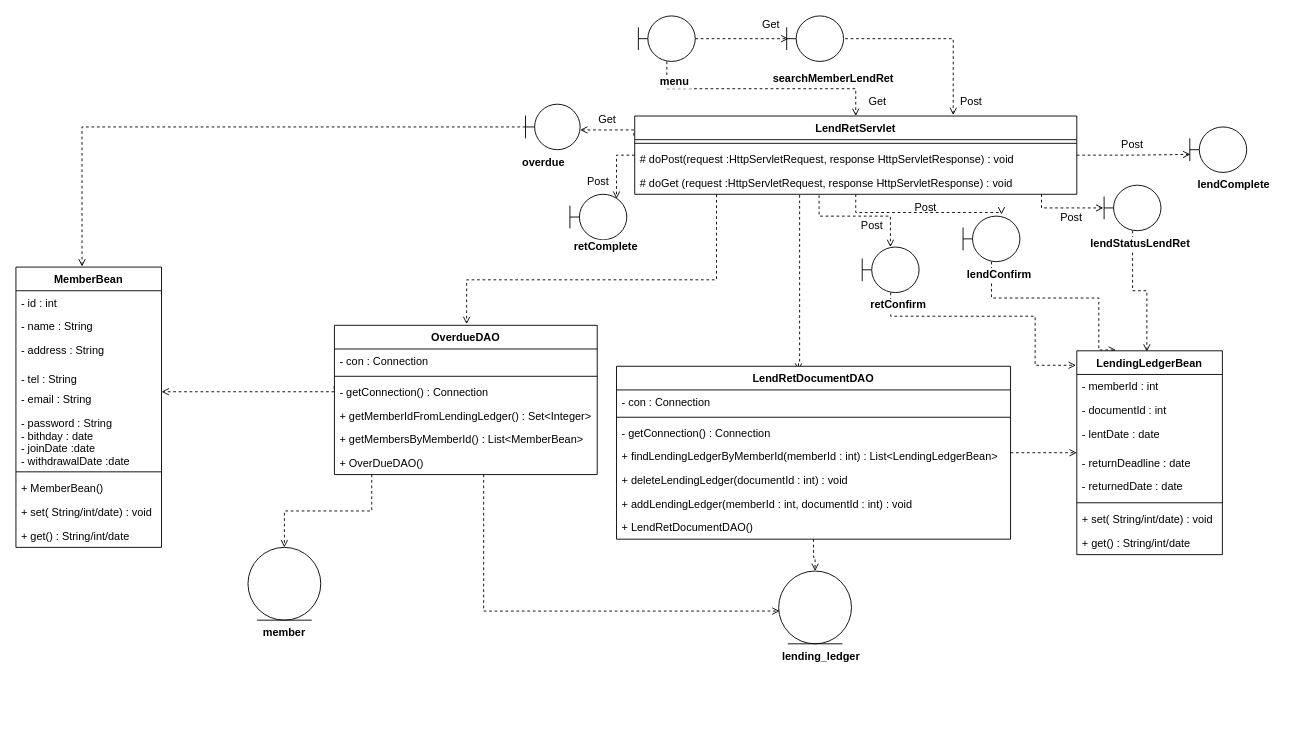
Above: 開発演習ドキュメント/図書管理システム/成果物テンプレート/30_内部設計/クラス図/貸出返却.drawio in LovesPython/LibraryManagementSystem (draw.io), before the change. Source tidied: cells renumbered, new cells numbered last; positions are measured from the earlier drawing's top-left corner, leaving out a move shared by most shapes. Both pictures are drawn from the tidied source at 91%, with x=0, y=0 at pixel (15, 15).
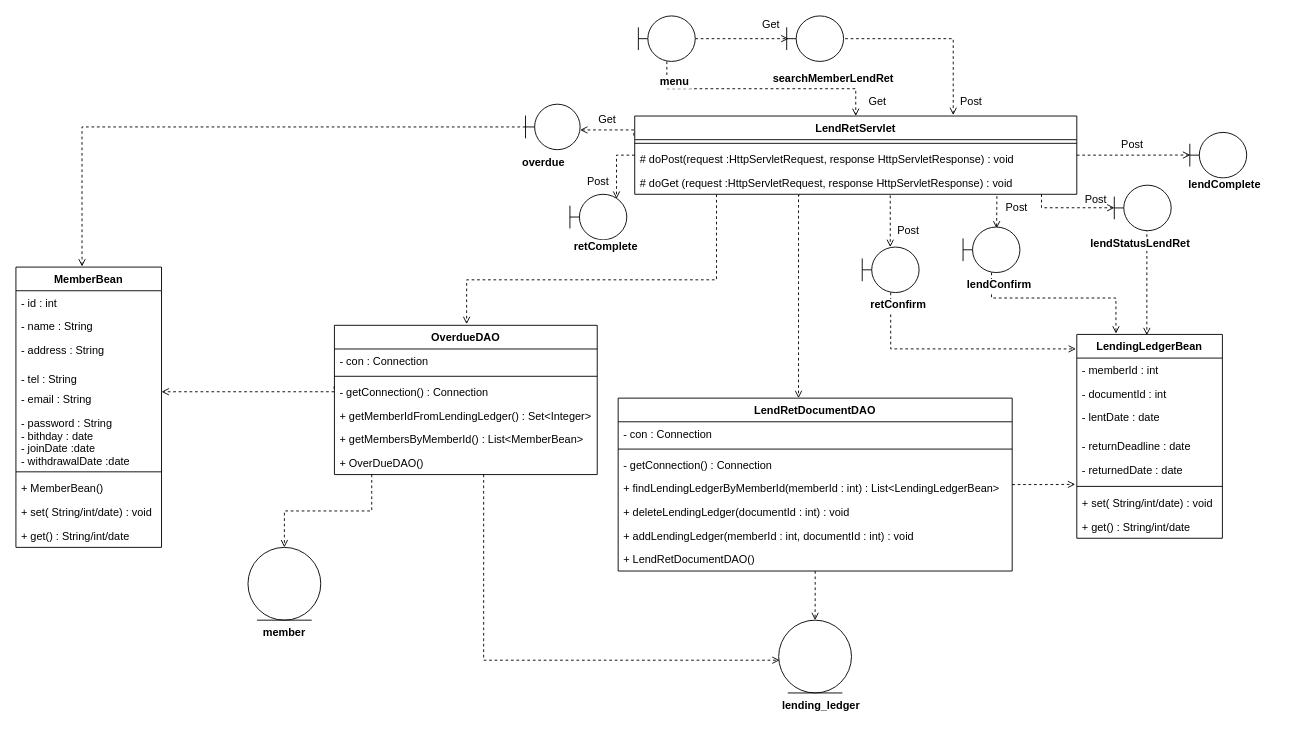
After the change.

Commit message:
クラス図貸出返却少し修正

The change refers to these unchanged cells:
```xml
<mxCell id="10" value="LendRetServlet" style="swimlane;fontStyle=1;align=center;verticalAlign=top;horizontal=1;startSize=26;labelBackgroundColor=#ffffff;" parent="1" vertex="1">
  <mxGeometry x="680" y="110" width="485.8" height="86" as="geometry" />
</mxCell>
<mxCell id="13" value="# doGet (request :HttpServletRequest, response HttpServletResponse) : void" style="text;strokeColor=none;fillColor=none;align=left;verticalAlign=top;spacingLeft=4;spacingRight=4;overflow=hidden;points=[[0,0.5],[1,0.5]];portConstraint=eastwest;" parent="10" vertex="1">
  <mxGeometry y="60" width="485.8" height="26" as="geometry" />
</mxCell>
<mxCell id="42" style="shape=umlBoundary;whiteSpace=wrap;html=1;labelBackgroundColor=#ffffff;" parent="1" vertex="1">
  <mxGeometry x="930" y="254" width="62.5" height="50" as="geometry" />
</mxCell>
<mxCell id="50" value="- returnDeadline : date" style="text;strokeColor=none;fillColor=none;align=left;verticalAlign=top;spacingLeft=4;spacingRight=4;overflow=hidden;points=[[0,0.5],[1,0.5]];portConstraint=eastwest;" parent="46" vertex="1">
  <mxGeometry y="110" width="160" height="26" as="geometry" />
</mxCell>
<mxCell id="51" value="- returnedDate : date" style="text;strokeColor=none;fillColor=none;align=left;verticalAlign=top;spacingLeft=4;spacingRight=4;overflow=hidden;points=[[0,0.5],[1,0.5]];portConstraint=eastwest;" parent="46" vertex="1">
  <mxGeometry y="136" width="160" height="26" as="geometry" />
</mxCell>
<mxCell id="63" value="OverdueDAO" style="swimlane;fontStyle=1;align=center;verticalAlign=top;horizontal=1;startSize=26;labelBackgroundColor=#ffffff;" parent="1" vertex="1">
  <mxGeometry x="350" y="340" width="288.8" height="164" as="geometry" />
</mxCell>
```

What changed in the source:
```diff
@@
     <mxCell id="2" style="edgeStyle=orthogonalEdgeStyle;rounded=0;jettySize=auto;html=1;dashed=1;endArrow=open;endFill=0;exitX=0.373;exitY=1.033;exitDx=0;exitDy=0;exitPerimeter=0;" parent="1" edge="1" source="13">
       <mxGeometry relative="1" as="geometry">
-        <mxPoint x="860" y="390" as="targetPoint" />
+        <mxPoint x="860" y="420" as="targetPoint" />
         <Array as="points">
-          <mxPoint x="861" y="382" />
+          <mxPoint x="860" y="197" />
+          <mxPoint x="860" y="400" />
         </Array>
       </mxGeometry>
     </mxCell>
-    <mxCell id="3" style="edgeStyle=orthogonalEdgeStyle;rounded=0;jettySize=auto;html=1;dashed=1;endArrow=open;endFill=0;" parent="1" edge="1" source="13">
+    <mxCell id="3" style="edgeStyle=orthogonalEdgeStyle;rounded=0;jettySize=auto;html=1;dashed=1;endArrow=open;endFill=0;entryX=0.003;entryY=0.496;entryDx=0;entryDy=0;entryPerimeter=0;" parent="1" edge="1" source="13" target="29">
       <mxGeometry relative="1" as="geometry">
-        <mxPoint x="1195" y="211" as="targetPoint" />
         <Array as="points">
           <mxPoint x="1127" y="211" />
-          <mxPoint x="1195" y="211" />
+          <mxPoint x="1207" y="211" />
         </Array>
       </mxGeometry>
     </mxCell>
-    <mxCell id="4" style="edgeStyle=orthogonalEdgeStyle;rounded=0;jettySize=auto;html=1;entryX=0.675;entryY=-0.036;entryDx=0;entryDy=0;entryPerimeter=0;dashed=1;endArrow=open;endFill=0;" parent="1" edge="1" source="10" target="39">
-      <mxGeometry relative="1" as="geometry" />
+    <mxCell id="4" style="edgeStyle=orthogonalEdgeStyle;rounded=0;jettySize=auto;html=1;entryX=0.59;entryY=0.032;entryDx=0;entryDy=0;entryPerimeter=0;dashed=1;endArrow=open;endFill=0;" parent="1" edge="1" target="39">
+      <mxGeometry relative="1" as="geometry">
+        <mxPoint x="1078" y="198" as="sourcePoint" />
+      </mxGeometry>
     </mxCell>
@@
-    <mxCell id="6" style="edgeStyle=orthogonalEdgeStyle;rounded=0;jettySize=auto;html=1;exitX=1;exitY=0.5;exitDx=0;exitDy=0;dashed=1;endArrow=open;endFill=0;entryX=0.009;entryY=0.603;entryDx=0;entryDy=0;entryPerimeter=0;" parent="1" edge="1" source="10" target="44">
+    <mxCell id="6" style="edgeStyle=orthogonalEdgeStyle;rounded=0;jettySize=auto;html=1;exitX=1;exitY=0.5;exitDx=0;exitDy=0;dashed=1;endArrow=open;endFill=0;entryX=0.008;entryY=0.497;entryDx=0;entryDy=0;entryPerimeter=0;" parent="1" edge="1" source="10" target="44">
       <mxGeometry relative="1" as="geometry" />
     </mxCell>
-    <mxCell id="7" style="edgeStyle=orthogonalEdgeStyle;rounded=0;jettySize=auto;html=1;dashed=1;endArrow=open;endFill=0;exitX=0.417;exitY=1.044;exitDx=0;exitDy=0;exitPerimeter=0;" parent="1" edge="1" source="13" target="42">
+    <mxCell id="7" style="edgeStyle=orthogonalEdgeStyle;rounded=0;jettySize=auto;html=1;dashed=1;endArrow=open;endFill=0;exitX=0.578;exitY=1.046;exitDx=0;exitDy=0;exitPerimeter=0;" parent="1" edge="1" source="13" target="42">
       <mxGeometry relative="1" as="geometry">
         <Array as="points">
-          <mxPoint x="883" y="220" />
-          <mxPoint x="961" y="220" />
+          <mxPoint x="961" y="210" />
+          <mxPoint x="961" y="210" />
         </Array>
       </mxGeometry>
     </mxCell>
@@
-    <mxCell id="16" style="edgeStyle=orthogonalEdgeStyle;rounded=0;jettySize=auto;html=1;entryX=0;entryY=0.077;entryDx=0;entryDy=0;entryPerimeter=0;dashed=1;endArrow=open;endFill=0;" parent="1" edge="1" source="18" target="50">
+    <mxCell id="16" style="edgeStyle=orthogonalEdgeStyle;rounded=0;jettySize=auto;html=1;entryX=-0.011;entryY=1.106;entryDx=0;entryDy=0;entryPerimeter=0;dashed=1;endArrow=open;endFill=0;" parent="1" edge="1" source="18" target="51">
       <mxGeometry relative="1" as="geometry" />
     </mxCell>
@@
     <mxCell id="18" value="LendRetDocumentDAO" style="swimlane;fontStyle=1;align=center;verticalAlign=top;horizontal=1;startSize=26;labelBackgroundColor=#ffffff;" parent="1" vertex="1">
-      <mxGeometry x="660" y="385" width="433" height="190" as="geometry" />
+      <mxGeometry x="661.8" y="420" width="433" height="190" as="geometry" />
     </mxCell>
@@
     <mxCell id="26" style="ellipse;shape=umlEntity;whiteSpace=wrap;html=1;labelBackgroundColor=#ffffff;" parent="1" vertex="1">
-      <mxGeometry x="838.2" y="610" width="80" height="80" as="geometry" />
+      <mxGeometry x="838.2" y="664" width="80" height="80" as="geometry" />
     </mxCell>
@@
-    <mxCell id="28" style="edgeStyle=orthogonalEdgeStyle;rounded=0;jettySize=auto;html=1;entryX=0.481;entryY=0.004;entryDx=0;entryDy=0;entryPerimeter=0;dashed=1;endArrow=open;endFill=0;" parent="1" edge="1" source="29" target="46">
-      <mxGeometry relative="1" as="geometry" />
+    <mxCell id="28" style="edgeStyle=orthogonalEdgeStyle;rounded=0;jettySize=auto;html=1;entryX=0.481;entryY=0.004;entryDx=0;entryDy=0;entryPerimeter=0;dashed=1;endArrow=open;endFill=0;exitX=0.572;exitY=1.003;exitDx=0;exitDy=0;exitPerimeter=0;" parent="1" edge="1" source="29" target="46">
+      <mxGeometry relative="1" as="geometry">
+        <Array as="points">
+          <mxPoint x="1243" y="235" />
+          <mxPoint x="1243" y="235" />
+        </Array>
+      </mxGeometry>
     </mxCell>
     <mxCell id="29" style="shape=umlBoundary;whiteSpace=wrap;html=1;labelBackgroundColor=#ffffff;" parent="1" vertex="1">
-      <mxGeometry x="1195.8" y="186" width="62.5" height="50" as="geometry" />
+      <mxGeometry x="1207" y="186" width="62.5" height="50" as="geometry" />
     </mxCell>
@@
     <mxCell id="31" value="lending_ledger" style="text;align=center;fontStyle=1;verticalAlign=middle;spacingLeft=3;spacingRight=3;strokeColor=none;labelBackgroundColor=#ffffff;" parent="1" vertex="1">
-      <mxGeometry x="830" y="690" width="110" height="26" as="geometry" />
+      <mxGeometry x="830" y="744" width="110" height="26" as="geometry" />
     </mxCell>
@@
     <mxCell id="38" style="edgeStyle=orthogonalEdgeStyle;rounded=0;jettySize=auto;html=1;entryX=0.269;entryY=-0.004;entryDx=0;entryDy=0;entryPerimeter=0;dashed=1;endArrow=open;endFill=0;" parent="1" edge="1" source="39" target="46">
       <mxGeometry relative="1" as="geometry">
         <Array as="points">
           <mxPoint x="1072" y="310" />
-          <mxPoint x="1190" y="310" />
+          <mxPoint x="1209" y="310" />
         </Array>
       </mxGeometry>
     </mxCell>
     <mxCell id="39" style="shape=umlBoundary;whiteSpace=wrap;html=1;labelBackgroundColor=#ffffff;" parent="1" vertex="1">
-      <mxGeometry x="1040.8" y="220" width="62.5" height="50" as="geometry" />
+      <mxGeometry x="1040.8" y="232" width="62.5" height="50" as="geometry" />
     </mxCell>
     <mxCell id="40" value="lendConfirm" style="text;align=center;fontStyle=1;verticalAlign=middle;spacingLeft=3;spacingRight=3;strokeColor=none;labelBackgroundColor=#ffffff;" parent="1" vertex="1">
-      <mxGeometry x="995.8" y="270" width="170" height="26" as="geometry" />
+      <mxGeometry x="995.8" y="282" width="170" height="26" as="geometry" />
     </mxCell>
     <mxCell id="41" style="edgeStyle=orthogonalEdgeStyle;rounded=0;jettySize=auto;html=1;entryX=-0.006;entryY=0.071;entryDx=0;entryDy=0;entryPerimeter=0;dashed=1;endArrow=open;endFill=0;" parent="1" edge="1" source="42" target="46">
       <mxGeometry relative="1" as="geometry">
         <Array as="points">
-          <mxPoint x="961" y="330" />
-          <mxPoint x="1120" y="330" />
-          <mxPoint x="1120" y="384" />
+          <mxPoint x="961" y="366" />
         </Array>
       </mxGeometry>
     </mxCell>
@@
     <mxCell id="44" style="shape=umlBoundary;whiteSpace=wrap;html=1;labelBackgroundColor=#ffffff;" parent="1" vertex="1">
-      <mxGeometry x="1290" y="122" width="62.5" height="50" as="geometry" />
+      <mxGeometry x="1290" y="128" width="62.5" height="50" as="geometry" />
     </mxCell>
     <mxCell id="45" value="lendComplete" style="text;align=center;fontStyle=1;verticalAlign=middle;spacingLeft=3;spacingRight=3;strokeColor=none;labelBackgroundColor=#ffffff;" parent="1" vertex="1">
-      <mxGeometry x="1290" y="172" width="97" height="26" as="geometry" />
+      <mxGeometry x="1280" y="172" width="97" height="26" as="geometry" />
     </mxCell>
     <mxCell id="46" value="LendingLedgerBean" style="swimlane;fontStyle=1;align=center;verticalAlign=top;horizontal=1;startSize=26;labelBackgroundColor=#ffffff;" parent="1" vertex="1">
-      <mxGeometry x="1165.8" y="368" width="160" height="224" as="geometry" />
+      <mxGeometry x="1165.8" y="350" width="160" height="224" as="geometry" />
     </mxCell>
@@
     <mxCell id="60" style="edgeStyle=orthogonalEdgeStyle;rounded=0;jettySize=auto;html=1;entryX=0.013;entryY=0.55;entryDx=0;entryDy=0;entryPerimeter=0;dashed=1;endArrow=open;endFill=0;" parent="1" edge="1" source="63" target="26">
       <mxGeometry relative="1" as="geometry">
         <Array as="points">
-          <mxPoint x="514" y="654" />
+          <mxPoint x="514" y="708" />
         </Array>
       </mxGeometry>
     </mxCell>
@@
     <mxCell id="84" value="Post" style="text;html=1;strokeColor=none;fillColor=none;align=center;verticalAlign=middle;whiteSpace=wrap;rounded=0;" parent="1" vertex="1">
-      <mxGeometry x="1140" y="212" width="40" height="20" as="geometry" />
+      <mxGeometry x="1167" y="192" width="40" height="20" as="geometry" />
     </mxCell>
@@
     <mxCell id="86" value="Post" style="text;html=1;strokeColor=none;fillColor=none;align=center;verticalAlign=middle;whiteSpace=wrap;rounded=0;" parent="1" vertex="1">
-      <mxGeometry x="980" y="201" width="40" height="20" as="geometry" />
+      <mxGeometry x="1080" y="201" width="40" height="20" as="geometry" />
     </mxCell>
@@
     <mxCell id="88" value="Post" style="text;html=1;strokeColor=none;fillColor=none;align=center;verticalAlign=middle;whiteSpace=wrap;rounded=0;" parent="1" vertex="1">
-      <mxGeometry x="921" y="221" width="40" height="20" as="geometry" />
+      <mxGeometry x="961" y="226" width="40" height="20" as="geometry" />
     </mxCell>
```
